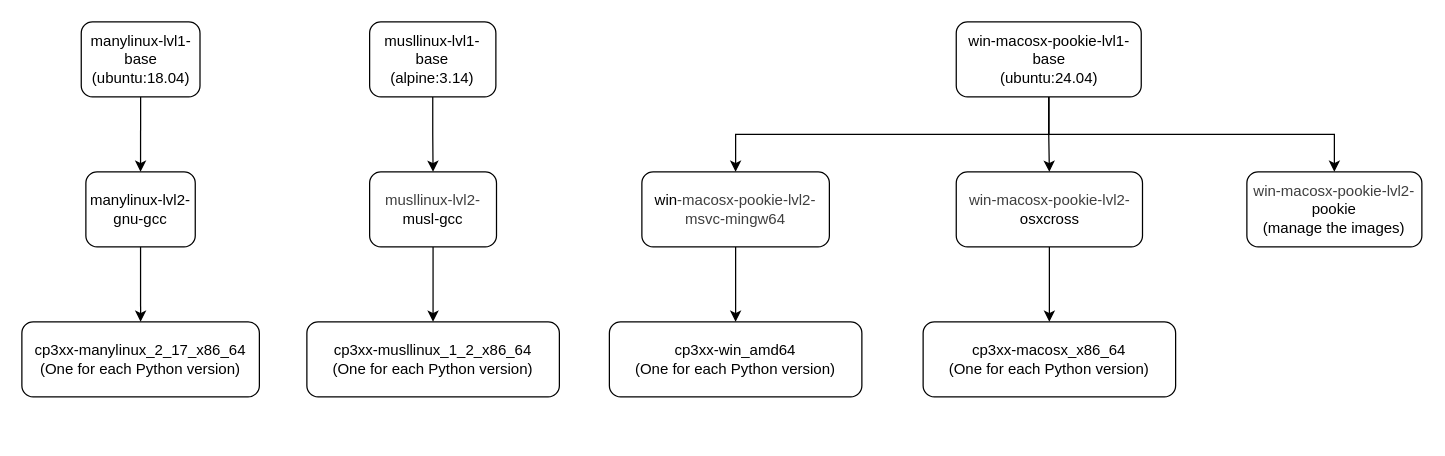
The draw.io diagram Docker layer graph.drawio in andreslilloortiz/pookie, before the edit. Source tidied: cells renumbered, new cells numbered last; positions are measured from the earlier drawing's top-left corner, leaving out a move shared by most shapes. Both pictures are drawn from the tidied source at 125%, with x=0, y=0 at pixel (21, 21).
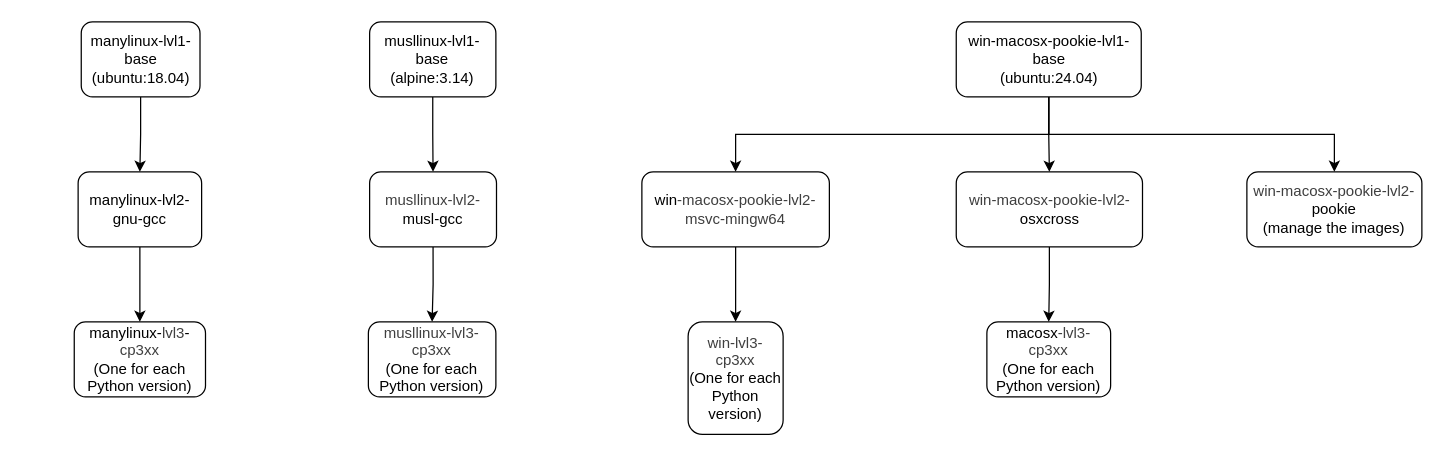
After the change.

Commit message (it also covers changes not shown here):
Change terminal nodes names in docker layer graph

Diff of the diagram source:
```diff
@@
     <mxCell id="5" value="&lt;font&gt;manylinux-lvl2-gnu-gcc&lt;/font&gt;" style="rounded=1;whiteSpace=wrap;html=1;strokeColor=default;" parent="1" vertex="1">
-      <mxGeometry x="51.2" y="120" width="87.5" height="60" as="geometry" />
+      <mxGeometry x="45" y="120" width="98.8" height="60" as="geometry" />
     </mxCell>
-    <mxCell id="6" value="&lt;font&gt;cp3xx-manylinux_2_17_x86_64&lt;br&gt;(One for each Python version)&lt;/font&gt;" style="rounded=1;whiteSpace=wrap;html=1;strokeColor=default;" parent="1" vertex="1">
-      <mxGeometry y="240" width="190" height="60" as="geometry" />
+    <mxCell id="6" value="&lt;font&gt;manylinux-&lt;span style=&quot;color: rgb(63, 63, 63);&quot;&gt;lvl3&lt;/span&gt;-&lt;span style=&quot;color: rgb(63, 63, 63);&quot;&gt;cp3xx&lt;/span&gt;&lt;br&gt;(One for each Python version)&lt;/font&gt;" style="rounded=1;whiteSpace=wrap;html=1;strokeColor=default;" parent="1" vertex="1">
+      <mxGeometry x="41.9" y="240" width="105" height="60" as="geometry" />
     </mxCell>
@@
-    <mxCell id="11" value="&lt;font&gt;cp3xx-musllinux_1_2_x86_64&lt;br&gt;(One for each Python version)&lt;/font&gt;" style="rounded=1;whiteSpace=wrap;html=1;strokeColor=default;" parent="1" vertex="1">
-      <mxGeometry x="228" y="240" width="202" height="60" as="geometry" />
+    <mxCell id="11" value="&lt;div&gt;&lt;font&gt;&lt;span style=&quot;color: rgb(63, 63, 63); background-color: transparent;&quot;&gt;musllinux&lt;/span&gt;&lt;span style=&quot;color: rgb(63, 63, 63);&quot;&gt;-&lt;/span&gt;&lt;span style=&quot;color: rgb(63, 63, 63);&quot;&gt;lvl3&lt;/span&gt;&lt;span style=&quot;color: rgb(63, 63, 63);&quot;&gt;-&lt;/span&gt;&lt;span style=&quot;color: rgb(63, 63, 63);&quot;&gt;cp3xx&lt;/span&gt;&lt;br&gt;(One for each Python version)&lt;/font&gt;&lt;/div&gt;" style="rounded=1;whiteSpace=wrap;html=1;strokeColor=default;" parent="1" vertex="1">
+      <mxGeometry x="277.2" y="240" width="102" height="60" as="geometry" />
     </mxCell>
@@
-    <mxCell id="19" value="&lt;font&gt;cp3xx-win_amd64&lt;br&gt;(One for each Python version)&lt;/font&gt;" style="rounded=1;whiteSpace=wrap;html=1;strokeColor=default;" parent="1" vertex="1">
-      <mxGeometry x="470" y="240" width="202" height="60" as="geometry" />
+    <mxCell id="19" value="&lt;div&gt;&lt;font&gt;&lt;span style=&quot;background-color: transparent; color: rgb(63, 63, 63);&quot;&gt;win&lt;/span&gt;&lt;span style=&quot;color: rgb(63, 63, 63);&quot;&gt;-&lt;/span&gt;&lt;span style=&quot;color: rgb(63, 63, 63);&quot;&gt;lvl3&lt;/span&gt;&lt;span style=&quot;color: rgb(63, 63, 63);&quot;&gt;-&lt;/span&gt;&lt;span style=&quot;color: rgb(63, 63, 63);&quot;&gt;cp3xx&lt;/span&gt;&lt;br&gt;(One for each Python version)&lt;/font&gt;&lt;/div&gt;" style="rounded=1;whiteSpace=wrap;html=1;strokeColor=default;" parent="1" vertex="1">
+      <mxGeometry x="533" y="240" width="76" height="90" as="geometry" />
     </mxCell>
@@
-    <mxCell id="22" value="&lt;font&gt;cp3xx-macosx_x86_64&lt;br&gt;(One for each Python version)&lt;/font&gt;" style="rounded=1;whiteSpace=wrap;html=1;strokeColor=default;" parent="1" vertex="1">
-      <mxGeometry x="721" y="240" width="202" height="60" as="geometry" />
+    <mxCell id="22" value="&lt;font&gt;macosx&lt;span style=&quot;color: rgb(63, 63, 63);&quot;&gt;-&lt;/span&gt;&lt;span style=&quot;color: rgb(63, 63, 63);&quot;&gt;lvl3&lt;/span&gt;&lt;span style=&quot;color: rgb(63, 63, 63);&quot;&gt;-&lt;/span&gt;&lt;span style=&quot;color: rgb(63, 63, 63);&quot;&gt;cp3xx&lt;/span&gt;&lt;br&gt;(One for each Python version)&lt;/font&gt;" style="rounded=1;whiteSpace=wrap;html=1;strokeColor=default;" parent="1" vertex="1">
+      <mxGeometry x="772" y="240" width="99" height="60" as="geometry" />
     </mxCell>
```
